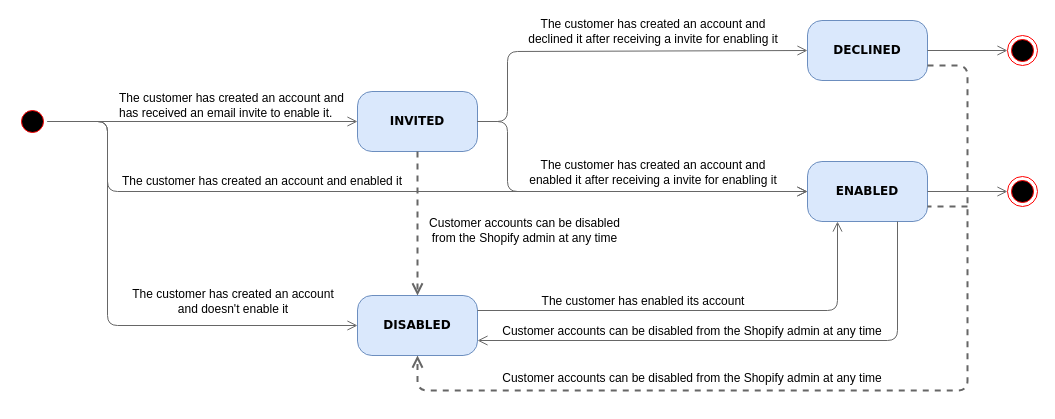
Earlier version of the draw.io diagram solution-design/Spotify Customer Admin API - Customer State Machine.drawio (rpicanco/ShopifyAdminAPICustomer). Source tidied: cells renumbered, new cells numbered last; positions are measured from the earlier drawing's top-left corner, leaving out a move shared by most shapes. Both pictures are drawn from the tidied source at 100%, with x=0, y=0 at pixel (17, 20).
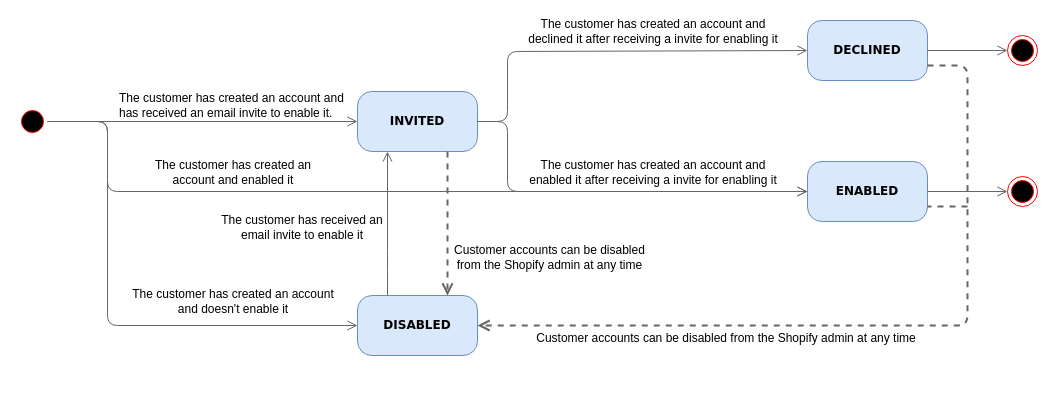
The same diagram, later.

Commit message (it also covers changes not shown here):
customer state has changed

The change refers to these unchanged cells:
```xml
<mxCell id="3" value="&lt;b&gt;DISABLED&lt;/b&gt;" style="rounded=1;whiteSpace=wrap;html=1;arcSize=24;fillColor=#dae8fc;strokeColor=#6c8ebf;shadow=0;comic=0;labelBackgroundColor=none;fontFamily=Verdana;fontSize=12;align=center;" parent="1" vertex="1">
  <mxGeometry x="340" y="275" width="120" height="60" as="geometry" />
</mxCell>
<mxCell id="6" value="&lt;b&gt;INVITED&lt;/b&gt;" style="rounded=1;whiteSpace=wrap;html=1;arcSize=24;fillColor=#dae8fc;strokeColor=#6c8ebf;shadow=0;comic=0;labelBackgroundColor=none;fontFamily=Verdana;fontSize=12;align=center;" parent="1" vertex="1">
  <mxGeometry x="340" y="71" width="120" height="60" as="geometry" />
</mxCell>
<mxCell id="11" value="&lt;b&gt;DECLINED&lt;/b&gt;" style="rounded=1;whiteSpace=wrap;html=1;arcSize=24;fillColor=#dae8fc;strokeColor=#6c8ebf;shadow=0;comic=0;labelBackgroundColor=none;fontFamily=Verdana;fontSize=12;align=center;" parent="1" vertex="1">
  <mxGeometry x="790" width="120" height="60" as="geometry" />
</mxCell>
<mxCell id="12" value="&lt;b&gt;ENABLED&lt;/b&gt;" style="rounded=1;whiteSpace=wrap;html=1;arcSize=24;fillColor=#dae8fc;strokeColor=#6c8ebf;shadow=0;comic=0;labelBackgroundColor=none;fontFamily=Verdana;fontSize=12;align=center;" parent="1" vertex="1">
  <mxGeometry x="790" y="141" width="120" height="60" as="geometry" />
</mxCell>
```

The edit, as a diff of the source:
```diff
@@
     <mxCell id="10" value="The customer has created an account and enabled it" style="text;html=1;strokeColor=none;fillColor=none;align=center;verticalAlign=middle;whiteSpace=wrap;rounded=0;" parent="1" vertex="1">
-      <mxGeometry x="100" y="151" width="290" height="20" as="geometry" />
+      <mxGeometry x="131" y="132.5" width="170" height="39" as="geometry" />
     </mxCell>
@@
-    <mxCell id="16" style="edgeStyle=orthogonalEdgeStyle;html=1;labelBackgroundColor=none;endArrow=open;endSize=8;fontFamily=Verdana;fontSize=12;align=left;strokeColor=#666666;fillColor=#f5f5f5;entryX=0.25;entryY=1;entryDx=0;entryDy=0;exitX=1;exitY=0.25;exitDx=0;exitDy=0;" parent="1" edge="1" source="3" target="12">
-      <mxGeometry relative="1" as="geometry">
-        <Array as="points">
-          <mxPoint x="820" y="290" />
-        </Array>
-      </mxGeometry>
-    </mxCell>
-    <mxCell id="17" value="The customer has enabled its account" style="text;html=1;strokeColor=none;fillColor=none;align=center;verticalAlign=middle;whiteSpace=wrap;rounded=0;" parent="1" vertex="1">
-      <mxGeometry x="520" y="270.5" width="212" height="20" as="geometry" />
-    </mxCell>
@@
-    <mxCell id="23" style="edgeStyle=orthogonalEdgeStyle;html=1;labelBackgroundColor=none;endArrow=open;endSize=8;fontFamily=Verdana;fontSize=12;align=left;strokeColor=#666666;fillColor=#f5f5f5;entryX=0.5;entryY=0;entryDx=0;entryDy=0;exitX=0.5;exitY=1;exitDx=0;exitDy=0;strokeWidth=2;dashed=1;" parent="1" edge="1" source="6" target="3">
+    <mxCell id="23" style="edgeStyle=orthogonalEdgeStyle;html=1;labelBackgroundColor=none;endArrow=open;endSize=8;fontFamily=Verdana;fontSize=12;align=left;strokeColor=#666666;fillColor=#f5f5f5;entryX=0.75;entryY=0;entryDx=0;entryDy=0;exitX=0.75;exitY=1;exitDx=0;exitDy=0;strokeWidth=2;dashed=1;" parent="1" edge="1" source="6" target="3">
       <mxGeometry relative="1" as="geometry">
         <Array as="points">
-          <mxPoint x="400" y="170" />
-          <mxPoint x="400" y="170" />
+          <mxPoint x="430" y="200" />
+          <mxPoint x="430" y="200" />
         </Array>
       </mxGeometry>
     </mxCell>
     <mxCell id="24" value="Customer accounts can be disabled from the Shopify admin at any time" style="text;html=1;strokeColor=none;fillColor=none;align=center;verticalAlign=middle;whiteSpace=wrap;rounded=0;" parent="1" vertex="1">
-      <mxGeometry x="400" y="190" width="215" height="40" as="geometry" />
+      <mxGeometry x="425" y="217" width="215" height="40" as="geometry" />
     </mxCell>
-    <mxCell id="25" style="edgeStyle=orthogonalEdgeStyle;html=1;labelBackgroundColor=none;endArrow=open;endSize=8;fontFamily=Verdana;fontSize=12;align=left;strokeColor=#666666;fillColor=#f5f5f5;entryX=1;entryY=0.75;entryDx=0;entryDy=0;exitX=0.75;exitY=1;exitDx=0;exitDy=0;" parent="1" edge="1" source="12" target="3">
-      <mxGeometry relative="1" as="geometry">
-        <Array as="points">
-          <mxPoint x="880" y="320" />
-        </Array>
-      </mxGeometry>
-    </mxCell>
-    <mxCell id="26" value="Customer accounts can be disabled from the Shopify admin at any time" style="text;html=1;strokeColor=none;fillColor=none;align=center;verticalAlign=middle;whiteSpace=wrap;rounded=0;" parent="1" vertex="1">
-      <mxGeometry x="475" y="290.5" width="400" height="40" as="geometry" />
-    </mxCell>
-    <mxCell id="27" style="edgeStyle=orthogonalEdgeStyle;html=1;labelBackgroundColor=none;endArrow=open;endSize=8;fontFamily=Verdana;fontSize=12;align=left;strokeColor=#666666;fillColor=#f5f5f5;entryX=0.5;entryY=1;entryDx=0;entryDy=0;exitX=1;exitY=0.75;exitDx=0;exitDy=0;strokeWidth=2;dashed=1;" parent="1" edge="1" source="11" target="3">
+    <mxCell id="27" style="edgeStyle=orthogonalEdgeStyle;html=1;labelBackgroundColor=none;endArrow=open;endSize=8;fontFamily=Verdana;fontSize=12;align=left;strokeColor=#666666;fillColor=#f5f5f5;entryX=1;entryY=0.5;entryDx=0;entryDy=0;exitX=1;exitY=0.75;exitDx=0;exitDy=0;strokeWidth=2;dashed=1;" parent="1" edge="1" source="11" target="3">
       <mxGeometry relative="1" as="geometry">
         <Array as="points">
           <mxPoint x="950" y="45" />
-          <mxPoint x="950" y="370" />
-          <mxPoint x="400" y="370" />
+          <mxPoint x="950" y="305" />
         </Array>
       </mxGeometry>
     </mxCell>
     <mxCell id="28" value="Customer accounts can be disabled from the Shopify admin at any time" style="text;html=1;strokeColor=none;fillColor=none;align=center;verticalAlign=middle;whiteSpace=wrap;rounded=0;" parent="1" vertex="1">
-      <mxGeometry x="475" y="338" width="400" height="40" as="geometry" />
+      <mxGeometry x="509" y="298" width="400" height="40" as="geometry" />
     </mxCell>
@@
+    <mxCell id="30" style="edgeStyle=orthogonalEdgeStyle;html=1;labelBackgroundColor=none;endArrow=open;endSize=8;fontFamily=Verdana;fontSize=12;align=left;strokeColor=#666666;fillColor=#f5f5f5;exitX=0.25;exitY=0;exitDx=0;exitDy=0;entryX=0.25;entryY=1;entryDx=0;entryDy=0;" parent="1" edge="1" source="3" target="6">
+      <mxGeometry relative="1" as="geometry">
+        <Array as="points">
+          <mxPoint x="370" y="240" />
+          <mxPoint x="370" y="240" />
+        </Array>
+      </mxGeometry>
+    </mxCell>
+    <mxCell id="31" value="The customer&amp;nbsp;&lt;span style=&quot;text-align: left&quot;&gt;has received an email invite to enable it&lt;/span&gt;" style="text;html=1;strokeColor=none;fillColor=none;align=center;verticalAlign=middle;whiteSpace=wrap;rounded=0;" parent="1" vertex="1">
+      <mxGeometry x="200" y="187" width="170" height="39" as="geometry" />
+    </mxCell>
```
